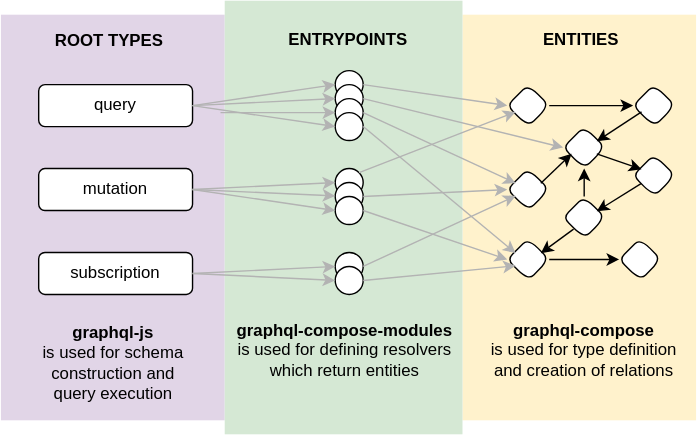
Earlier version of the draw.io export docs/diagrams/overview.drawio.svg (graphql-compose/graphql-compose-modules). Source tidied: cells renumbered, new cells last; positions are measured from the earlier drawing's top-left corner, leaving out a move shared by most shapes. Source of this version:
```xml
<mxGraphModel>
  <root>
    <mxCell id="0" />
    <mxCell id="1" parent="0" />
    <mxCell id="2" style="rounded=0;whiteSpace=wrap;html=1;fillColor=#e1d5e7;strokeColor=none;" parent="1" vertex="1">
      <mxGeometry y="10" width="160" height="290" as="geometry" />
    </mxCell>
    <mxCell id="3" style="rounded=0;whiteSpace=wrap;html=1;fillColor=#fff2cc;strokeColor=none;" parent="1" vertex="1">
      <mxGeometry x="330" y="10" width="167" height="290" as="geometry" />
    </mxCell>
    <mxCell id="4" style="rounded=0;whiteSpace=wrap;html=1;fillColor=#d5e8d4;strokeColor=none;" parent="1" vertex="1">
      <mxGeometry x="160" width="170" height="310" as="geometry" />
    </mxCell>
    <mxCell id="5" value="query" style="rounded=1;whiteSpace=wrap;html=1;" parent="1" vertex="1">
      <mxGeometry x="27" y="60" width="110" height="30" as="geometry" />
    </mxCell>
    <mxCell id="6" value="mutation" style="rounded=1;whiteSpace=wrap;html=1;" parent="1" vertex="1">
      <mxGeometry x="27" y="120" width="110" height="30" as="geometry" />
    </mxCell>
    <mxCell id="7" value="subscription" style="rounded=1;whiteSpace=wrap;html=1;" parent="1" vertex="1">
      <mxGeometry x="27" y="180" width="110" height="30" as="geometry" />
    </mxCell>
    <mxCell id="8" value="&lt;b&gt;graphql-compose-modules&lt;/b&gt;&lt;br&gt;is used for defining resolvers which return entities" style="text;html=1;strokeColor=none;fillColor=none;align=center;verticalAlign=middle;whiteSpace=wrap;rounded=0;" parent="1" vertex="1">
      <mxGeometry x="166" y="225" width="160" height="50" as="geometry" />
    </mxCell>
    <mxCell id="9" value="&lt;b&gt;graphql-compose&lt;/b&gt;&lt;br&gt;is used for type definition&lt;br&gt;and creation of relations" style="text;html=1;strokeColor=none;fillColor=none;align=center;verticalAlign=middle;whiteSpace=wrap;rounded=0;" parent="1" vertex="1">
      <mxGeometry x="347" y="220" width="140" height="60" as="geometry" />
    </mxCell>
    <mxCell id="10" value="&lt;b&gt;graphql-js&lt;/b&gt;&lt;br&gt;is used for schema construction and&lt;br&gt;query execution" style="text;html=1;strokeColor=none;fillColor=none;align=center;verticalAlign=middle;whiteSpace=wrap;rounded=0;" parent="1" vertex="1">
      <mxGeometry x="3.5" y="229" width="153" height="60" as="geometry" />
    </mxCell>
    <mxCell id="11" style="ellipse;whiteSpace=wrap;html=1;rounded=1;" parent="1" vertex="1">
      <mxGeometry x="239" y="50" width="20" height="20" as="geometry" />
    </mxCell>
    <mxCell id="12" style="ellipse;whiteSpace=wrap;html=1;rounded=1;" parent="1" vertex="1">
      <mxGeometry x="239" y="60" width="20" height="20" as="geometry" />
    </mxCell>
    <mxCell id="13" style="ellipse;whiteSpace=wrap;html=1;rounded=1;" parent="1" vertex="1">
      <mxGeometry x="239" y="70" width="20" height="20" as="geometry" />
    </mxCell>
    <mxCell id="14" style="ellipse;whiteSpace=wrap;html=1;rounded=1;" parent="1" vertex="1">
      <mxGeometry x="239" y="80" width="20" height="20" as="geometry" />
    </mxCell>
    <mxCell id="15" style="ellipse;whiteSpace=wrap;html=1;rounded=1;" parent="1" vertex="1">
      <mxGeometry x="239" y="120" width="20" height="20" as="geometry" />
    </mxCell>
    <mxCell id="16" style="ellipse;whiteSpace=wrap;html=1;rounded=1;" parent="1" vertex="1">
      <mxGeometry x="239" y="130" width="20" height="20" as="geometry" />
    </mxCell>
    <mxCell id="17" style="ellipse;whiteSpace=wrap;html=1;rounded=1;" parent="1" vertex="1">
      <mxGeometry x="239" y="140" width="20" height="20" as="geometry" />
    </mxCell>
    <mxCell id="18" style="ellipse;whiteSpace=wrap;html=1;rounded=1;" parent="1" vertex="1">
      <mxGeometry x="239" y="180" width="20" height="20" as="geometry" />
    </mxCell>
    <mxCell id="19" style="ellipse;whiteSpace=wrap;html=1;rounded=1;" parent="1" vertex="1">
      <mxGeometry x="239" y="190" width="20" height="20" as="geometry" />
    </mxCell>
    <mxCell id="20" style="rounded=0;jettySize=auto;html=1;entryX=0;entryY=0.5;entryDx=0;entryDy=0;" parent="1" edge="1" source="21" target="25">
      <mxGeometry relative="1" as="geometry" />
    </mxCell>
    <mxCell id="21" style="shape=hexagon;perimeter=hexagonPerimeter2;whiteSpace=wrap;html=1;fixedSize=1;rounded=1;" parent="1" vertex="1">
      <mxGeometry x="362" y="60" width="30" height="30" as="geometry" />
    </mxCell>
    <mxCell id="22" style="shape=hexagon;perimeter=hexagonPerimeter2;whiteSpace=wrap;html=1;fixedSize=1;rounded=1;" parent="1" vertex="1">
      <mxGeometry x="402" y="90" width="30" height="30" as="geometry" />
    </mxCell>
    <mxCell id="23" style="shape=hexagon;perimeter=hexagonPerimeter2;whiteSpace=wrap;html=1;fixedSize=1;rounded=1;" parent="1" vertex="1">
      <mxGeometry x="362" y="120" width="30" height="30" as="geometry" />
    </mxCell>
    <mxCell id="24" style="shape=hexagon;perimeter=hexagonPerimeter2;whiteSpace=wrap;html=1;fixedSize=1;rounded=1;" parent="1" vertex="1">
      <mxGeometry x="402" y="140" width="30" height="30" as="geometry" />
    </mxCell>
    <mxCell id="25" style="shape=hexagon;perimeter=hexagonPerimeter2;whiteSpace=wrap;html=1;fixedSize=1;rounded=1;" parent="1" vertex="1">
      <mxGeometry x="452" y="60" width="30" height="30" as="geometry" />
    </mxCell>
    <mxCell id="26" style="shape=hexagon;perimeter=hexagonPerimeter2;whiteSpace=wrap;html=1;fixedSize=1;rounded=1;" parent="1" vertex="1">
      <mxGeometry x="442" y="170" width="30" height="30" as="geometry" />
    </mxCell>
    <mxCell id="27" style="rounded=0;jettySize=auto;html=1;entryX=1;entryY=0.25;entryDx=0;entryDy=0;exitX=0;exitY=0.75;exitDx=0;exitDy=0;" parent="1" edge="1" source="25" target="22">
      <mxGeometry relative="1" as="geometry" />
    </mxCell>
    <mxCell id="28" style="rounded=0;jettySize=auto;html=1;entryX=1;entryY=0.25;entryDx=0;entryDy=0;" parent="1" edge="1" source="29" target="24">
      <mxGeometry relative="1" as="geometry" />
    </mxCell>
    <mxCell id="29" style="shape=hexagon;perimeter=hexagonPerimeter2;whiteSpace=wrap;html=1;fixedSize=1;rounded=1;" parent="1" vertex="1">
      <mxGeometry x="452" y="110" width="30" height="30" as="geometry" />
    </mxCell>
    <mxCell id="30" style="shape=hexagon;perimeter=hexagonPerimeter2;whiteSpace=wrap;html=1;fixedSize=1;rounded=1;" parent="1" vertex="1">
      <mxGeometry x="362" y="170" width="30" height="30" as="geometry" />
    </mxCell>
    <mxCell id="31" style="endArrow=classic;html=1;exitX=1;exitY=0.25;exitDx=0;exitDy=0;entryX=0;entryY=0.75;entryDx=0;entryDy=0;" parent="1" edge="1" source="23" target="22">
      <mxGeometry relative="1" as="geometry" />
    </mxCell>
    <mxCell id="32" style="rounded=0;jettySize=auto;html=1;entryX=0;entryY=0.25;entryDx=0;entryDy=0;exitX=1;exitY=0.75;exitDx=0;exitDy=0;" parent="1" edge="1" source="22" target="29">
      <mxGeometry relative="1" as="geometry" />
    </mxCell>
    <mxCell id="33" style="rounded=0;jettySize=auto;html=1;entryX=0;entryY=0.5;entryDx=0;entryDy=0;exitX=1;exitY=0.5;exitDx=0;exitDy=0;" parent="1" edge="1" source="30" target="26">
      <mxGeometry relative="1" as="geometry" />
    </mxCell>
    <mxCell id="34" style="rounded=0;jettySize=auto;html=1;entryX=0.5;entryY=1;entryDx=0;entryDy=0;exitX=0.5;exitY=0;exitDx=0;exitDy=0;" parent="1" edge="1" source="24" target="22">
      <mxGeometry relative="1" as="geometry" />
    </mxCell>
    <mxCell id="35" style="endArrow=classic;html=1;exitX=1;exitY=0.5;exitDx=0;exitDy=0;entryX=0;entryY=0.5;entryDx=0;entryDy=0;strokeColor=#B3B3B3;" parent="1" edge="1" source="11" target="21">
      <mxGeometry relative="1" as="geometry" />
    </mxCell>
    <mxCell id="36" style="endArrow=classic;html=1;exitX=1;exitY=0.5;exitDx=0;exitDy=0;entryX=0;entryY=0.5;entryDx=0;entryDy=0;strokeColor=#B3B3B3;" parent="1" edge="1" source="12" target="22">
      <mxGeometry relative="1" as="geometry" />
    </mxCell>
    <mxCell id="37" style="endArrow=classic;html=1;entryX=0;entryY=0.25;entryDx=0;entryDy=0;exitX=1;exitY=0.5;exitDx=0;exitDy=0;strokeColor=#B3B3B3;" parent="1" edge="1" source="13" target="23">
      <mxGeometry relative="1" as="geometry" />
    </mxCell>
    <mxCell id="38" style="endArrow=classic;html=1;entryX=0;entryY=0.25;entryDx=0;entryDy=0;exitX=1;exitY=0.5;exitDx=0;exitDy=0;strokeColor=#B3B3B3;" parent="1" edge="1" source="14" target="30">
      <mxGeometry relative="1" as="geometry" />
    </mxCell>
    <mxCell id="39" style="endArrow=classic;html=1;exitX=1;exitY=0;exitDx=0;exitDy=0;entryX=0;entryY=0.75;entryDx=0;entryDy=0;strokeColor=#B3B3B3;" parent="1" edge="1" source="15" target="21">
      <mxGeometry relative="1" as="geometry" />
    </mxCell>
    <mxCell id="40" style="endArrow=classic;html=1;exitX=1;exitY=0.5;exitDx=0;exitDy=0;entryX=0;entryY=0.5;entryDx=0;entryDy=0;strokeColor=#B3B3B3;" parent="1" edge="1" source="16" target="23">
      <mxGeometry relative="1" as="geometry" />
    </mxCell>
    <mxCell id="41" style="endArrow=classic;html=1;entryX=0;entryY=0.5;entryDx=0;entryDy=0;exitX=1;exitY=0.5;exitDx=0;exitDy=0;strokeColor=#B3B3B3;" parent="1" edge="1" source="17" target="30">
      <mxGeometry relative="1" as="geometry" />
    </mxCell>
    <mxCell id="42" style="endArrow=classic;html=1;entryX=0;entryY=0.75;entryDx=0;entryDy=0;exitX=1;exitY=0.5;exitDx=0;exitDy=0;strokeColor=#B3B3B3;" parent="1" edge="1" source="18" target="23">
      <mxGeometry relative="1" as="geometry" />
    </mxCell>
    <mxCell id="43" style="endArrow=classic;html=1;entryX=0;entryY=0.75;entryDx=0;entryDy=0;exitX=1;exitY=0.5;exitDx=0;exitDy=0;strokeColor=#B3B3B3;" parent="1" edge="1" source="19" target="30">
      <mxGeometry relative="1" as="geometry" />
    </mxCell>
    <mxCell id="44" style="edgeStyle=none;rounded=0;orthogonalLoop=1;jettySize=auto;html=1;exitX=0.5;exitY=0;exitDx=0;exitDy=0;strokeColor=#B3B3B3;" parent="1" edge="1" source="10" target="10">
      <mxGeometry relative="1" as="geometry" />
    </mxCell>
    <mxCell id="45" style="endArrow=classic;html=1;exitX=1;exitY=0.5;exitDx=0;exitDy=0;entryX=0;entryY=0.5;entryDx=0;entryDy=0;strokeColor=#B3B3B3;" parent="1" edge="1" source="5" target="11">
      <mxGeometry relative="1" as="geometry" />
    </mxCell>
    <mxCell id="46" style="endArrow=classic;html=1;strokeColor=#B3B3B3;exitX=1;exitY=0.5;exitDx=0;exitDy=0;entryX=0;entryY=0.5;entryDx=0;entryDy=0;" parent="1" edge="1" source="5" target="12">
      <mxGeometry relative="1" as="geometry" />
    </mxCell>
    <mxCell id="47" style="endArrow=classic;html=1;strokeColor=#B3B3B3;exitX=1;exitY=0.5;exitDx=0;exitDy=0;entryX=0;entryY=0.5;entryDx=0;entryDy=0;" parent="1" edge="1" source="5" target="14">
      <mxGeometry relative="1" as="geometry" />
    </mxCell>
    <mxCell id="48" style="endArrow=classic;html=1;strokeColor=#B3B3B3;entryX=0;entryY=0.5;entryDx=0;entryDy=0;" parent="1" edge="1" target="13">
      <mxGeometry relative="1" as="geometry">
        <mxPoint x="157" y="80" as="sourcePoint" />
      </mxGeometry>
    </mxCell>
    <mxCell id="49" style="endArrow=classic;html=1;strokeColor=#B3B3B3;exitX=1;exitY=0.5;exitDx=0;exitDy=0;entryX=0;entryY=0.5;entryDx=0;entryDy=0;" parent="1" edge="1" source="6" target="15">
      <mxGeometry relative="1" as="geometry" />
    </mxCell>
    <mxCell id="50" style="endArrow=classic;html=1;strokeColor=#B3B3B3;exitX=1;exitY=0.5;exitDx=0;exitDy=0;" parent="1" edge="1" source="6" target="16">
      <mxGeometry relative="1" as="geometry" />
    </mxCell>
    <mxCell id="51" style="endArrow=classic;html=1;strokeColor=#B3B3B3;exitX=1;exitY=0.5;exitDx=0;exitDy=0;entryX=0;entryY=0.5;entryDx=0;entryDy=0;" parent="1" edge="1" source="6" target="17">
      <mxGeometry relative="1" as="geometry" />
    </mxCell>
    <mxCell id="52" style="endArrow=classic;html=1;strokeColor=#B3B3B3;exitX=1;exitY=0.5;exitDx=0;exitDy=0;entryX=0;entryY=0.5;entryDx=0;entryDy=0;" parent="1" edge="1" source="7" target="18">
      <mxGeometry relative="1" as="geometry" />
    </mxCell>
    <mxCell id="53" style="endArrow=classic;html=1;strokeColor=#B3B3B3;exitX=1;exitY=0.5;exitDx=0;exitDy=0;entryX=0;entryY=0.5;entryDx=0;entryDy=0;" parent="1" edge="1" source="7" target="19">
      <mxGeometry relative="1" as="geometry" />
    </mxCell>
    <mxCell id="54" value="&lt;meta charset=&quot;utf-8&quot;&gt;&lt;span style=&quot;color: rgb(0, 0, 0); font-family: helvetica; font-size: 12px; font-style: normal; font-weight: 700; letter-spacing: normal; text-align: center; text-indent: 0px; text-transform: none; word-spacing: 0px; display: inline; float: none;&quot;&gt;ENTRYPOINTS&lt;/span&gt;" style="text;whiteSpace=wrap;html=1;labelBackgroundColor=none;" parent="1" vertex="1">
      <mxGeometry x="204" y="14" width="110" height="30" as="geometry" />
    </mxCell>
    <mxCell id="55" value="&lt;span style=&quot;color: rgb(0 , 0 , 0) ; font-family: &amp;#34;helvetica&amp;#34; ; font-size: 12px ; font-style: normal ; font-weight: 700 ; letter-spacing: normal ; text-align: center ; text-indent: 0px ; text-transform: none ; word-spacing: 0px ; display: inline ; float: none&quot;&gt;ENTITIES&lt;/span&gt;" style="text;whiteSpace=wrap;html=1;labelBackgroundColor=none;" parent="1" vertex="1">
      <mxGeometry x="386" y="14" width="63" height="30" as="geometry" />
    </mxCell>
    <mxCell id="56" value="&lt;span style=&quot;color: rgb(0 , 0 , 0) ; font-family: &amp;#34;helvetica&amp;#34; ; font-size: 12px ; font-style: normal ; font-weight: 700 ; letter-spacing: normal ; text-align: center ; text-indent: 0px ; text-transform: none ; word-spacing: 0px ; display: inline ; float: none&quot;&gt;ROOT TYPES&lt;/span&gt;" style="text;whiteSpace=wrap;html=1;labelBackgroundColor=none;" parent="1" vertex="1">
      <mxGeometry x="37" y="15" width="90" height="30" as="geometry" />
    </mxCell>
    <mxCell id="57" style="rounded=0;jettySize=auto;html=1;entryX=1;entryY=0.25;entryDx=0;entryDy=0;exitX=0.247;exitY=0.776;exitDx=0;exitDy=0;exitPerimeter=0;" parent="1" edge="1" source="24" target="30">
      <mxGeometry relative="1" as="geometry" />
    </mxCell>
    <mxCell id="58" style="edgeStyle=none;rounded=0;orthogonalLoop=1;jettySize=auto;html=1;exitX=1;exitY=0.5;exitDx=0;exitDy=0;strokeColor=#B3B3B3;" parent="1" edge="1" source="55" target="55">
      <mxGeometry relative="1" as="geometry" />
    </mxCell>
  </root>
</mxGraphModel>
```
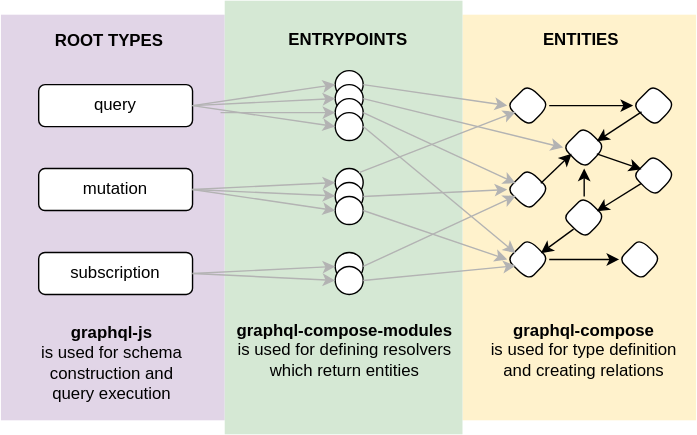
The same diagram one commit later.

Commit message:
feat: add `graphql-compose@^8.0.0` to peer dependencies and update other dependencies

What changed in the source:
```diff
@@ -23,7 +23,7 @@
     <mxCell id="8" value="&lt;b&gt;graphql-compose-modules&lt;/b&gt;&lt;br&gt;is used for defining resolvers which return entities" style="text;html=1;strokeColor=none;fillColor=none;align=center;verticalAlign=middle;whiteSpace=wrap;rounded=0;" parent="1" vertex="1">
       <mxGeometry x="166" y="225" width="160" height="50" as="geometry" />
     </mxCell>
-    <mxCell id="9" value="&lt;b&gt;graphql-compose&lt;/b&gt;&lt;br&gt;is used for type definition&lt;br&gt;and creation of relations" style="text;html=1;strokeColor=none;fillColor=none;align=center;verticalAlign=middle;whiteSpace=wrap;rounded=0;" parent="1" vertex="1">
+    <mxCell id="9" value="&lt;b&gt;graphql-compose&lt;/b&gt;&lt;br&gt;is used for type definition&lt;br&gt;and creating relations" style="text;html=1;strokeColor=none;fillColor=none;align=center;verticalAlign=middle;whiteSpace=wrap;rounded=0;" parent="1" vertex="1">
       <mxGeometry x="347" y="220" width="140" height="60" as="geometry" />
     </mxCell>
     <mxCell id="10" value="&lt;b&gt;graphql-js&lt;/b&gt;&lt;br&gt;is used for schema construction and&lt;br&gt;query execution" style="text;html=1;strokeColor=none;fillColor=none;align=center;verticalAlign=middle;whiteSpace=wrap;rounded=0;" parent="1" vertex="1">
```
